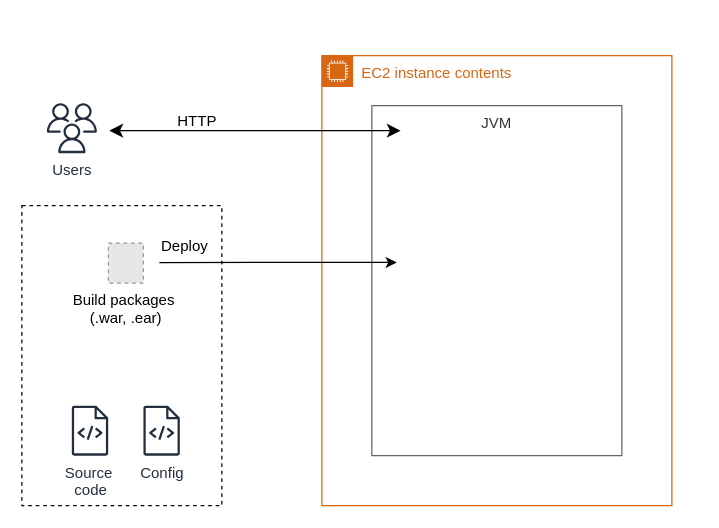
Above: page "Page-1" (1 of 2) of LightbendAkka.drawio in mariswa/lightbend (draw.io), before the change. Source tidied: cells renumbered, new cells numbered last; positions are measured from the earlier drawing's top-left corner, leaving out a move shared by most shapes. Both pictures are drawn from the tidied source at 125%, with x=0, y=0 at pixel (21, 55). Pictures stored in the file or linked from it are replaced by grey dashed boxes.
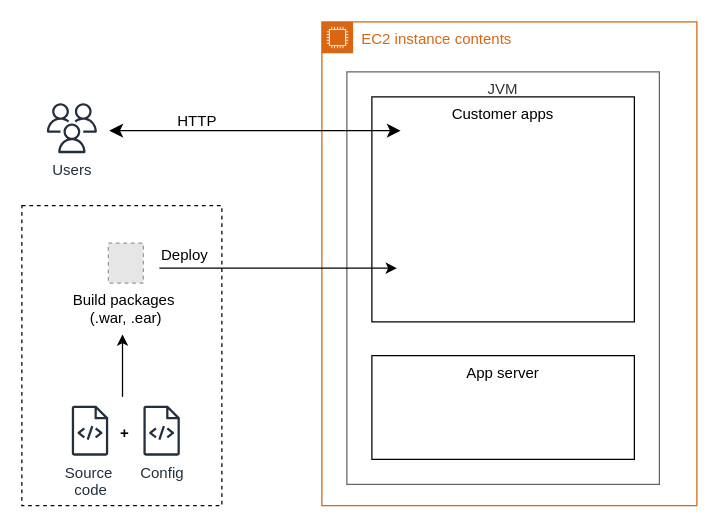
Above is the later version.

The edit, as a diff of the source:
```diff
@@
 <mxGraphModel>
   <root>
     <mxCell id="0" />
     <mxCell id="1" parent="0" />
     <mxCell id="2" value="Users" style="sketch=0;fontColor=#232F3E;gradientColor=none;fillColor=#232F3D;strokeColor=none;dashed=0;verticalLabelPosition=bottom;verticalAlign=top;align=center;html=1;fontSize=12;fontStyle=0;shape=mxgraph.aws4.users;" parent="1" vertex="1">
       <mxGeometry x="20" y="38" width="40" height="40" as="geometry" />
     </mxCell>
     <mxCell id="3" value="EC2 instance contents" style="gradientColor=none;html=1;whiteSpace=wrap;fontSize=12;fontStyle=0;shape=mxgraph.aws4.group;grIcon=mxgraph.aws4.group_ec2_instance_contents;strokeColor=#D86613;fillColor=none;verticalAlign=top;align=left;spacingLeft=30;fontColor=#D86613;dashed=0;" parent="1" vertex="1">
-      <mxGeometry x="240" width="280" height="360" as="geometry" />
+      <mxGeometry x="240" y="-27" width="300" height="387" as="geometry" />
     </mxCell>
     <mxCell id="4" value="JVM" style="rounded=0;whiteSpace=wrap;html=1;verticalAlign=top;fillColor=none;fontColor=#333333;strokeColor=#666666;" parent="3" vertex="1">
-      <mxGeometry x="40" y="40" width="200" height="280" as="geometry" />
+      <mxGeometry x="20" y="40" width="250" height="330" as="geometry" />
     </mxCell>
+    <mxCell id="13" value="Customer apps" style="rounded=0;whiteSpace=wrap;html=1;verticalAlign=top;" parent="3" vertex="1">
+      <mxGeometry x="40" y="60" width="210" height="180" as="geometry" />
+    </mxCell>
+    <mxCell id="14" value="App server" style="rounded=0;whiteSpace=wrap;html=1;verticalAlign=top;" parent="3" vertex="1">
+      <mxGeometry x="40" y="267" width="210" height="83" as="geometry" />
+    </mxCell>
+    <mxCell id="15" style="edgeStyle=none;orthogonalLoop=1;jettySize=auto;html=1;rounded=0;" parent="3" edge="1">
+      <mxGeometry relative="1" as="geometry">
+        <mxPoint x="-130" y="197" as="sourcePoint" />
+        <mxPoint x="60" y="197" as="targetPoint" />
+      </mxGeometry>
+    </mxCell>
     <mxCell id="5" style="rounded=0;whiteSpace=wrap;html=1;dashed=1;fillColor=none;" parent="1" vertex="1">
       <mxGeometry y="120" width="160" height="240" as="geometry" />
     </mxCell>
     <mxCell id="6" value="Config" style="sketch=0;fontColor=#232F3E;gradientColor=none;fillColor=#232F3D;strokeColor=none;dashed=0;verticalLabelPosition=bottom;verticalAlign=top;align=center;html=1;fontSize=12;fontStyle=0;shape=mxgraph.aws4.source_code;" parent="1" vertex="1">
       <mxGeometry x="97.2" y="280" width="29.2" height="40" as="geometry" />
     </mxCell>
     <mxCell id="7" value="Source&amp;nbsp;&lt;div&gt;code&lt;/div&gt;" style="sketch=0;fontColor=#232F3E;gradientColor=none;fillColor=#232F3D;strokeColor=none;dashed=0;verticalLabelPosition=bottom;verticalAlign=top;align=center;html=1;fontSize=12;fontStyle=0;shape=mxgraph.aws4.source_code;" parent="1" vertex="1">
       <mxGeometry x="39.9" y="280" width="29.2" height="40" as="geometry" />
     </mxCell>
     <mxCell id="8" value="Build packages&amp;nbsp;&lt;div&gt;(.war, .ear)&lt;/div&gt;" style="fillColor=#E6E6E6;strokeColor=#999999;dashed=1;html=1;verticalLabelPosition=bottom;labelBackgroundColor=#ffffff;verticalAlign=top;" parent="1" vertex="1">
       <mxGeometry x="69.2" y="150" width="28" height="32" as="geometry" />
     </mxCell>
-    <mxCell id="9" style="edgeStyle=none;jettySize=auto;html=1;rounded=0;entryX=0.1;entryY=0.448;entryDx=0;entryDy=0;entryPerimeter=0;" parent="1" edge="1" target="4">
-      <mxGeometry relative="1" as="geometry">
-        <mxPoint x="110" y="165.5" as="sourcePoint" />
-      </mxGeometry>
-    </mxCell>
     <mxCell id="10" style="edgeStyle=none;orthogonalLoop=1;jettySize=auto;html=1;endArrow=classic;startArrow=classic;endSize=8;startSize=8;rounded=0;" parent="1" edge="1">
       <mxGeometry relative="1" as="geometry">
         <mxPoint x="70" y="60" as="sourcePoint" />
         <mxPoint x="303" y="60" as="targetPoint" />
       </mxGeometry>
     </mxCell>
     <mxCell id="11" value="HTTP" style="text;html=1;align=center;verticalAlign=middle;strokeColor=none;fillColor=none;" parent="1" vertex="1">
       <mxGeometry x="115" y="38" width="50" height="30" as="geometry" />
     </mxCell>
     <mxCell id="12" value="Deploy" style="text;html=1;align=center;verticalAlign=middle;strokeColor=none;fillColor=none;" parent="1" vertex="1">
-      <mxGeometry x="100" y="138" width="60" height="30" as="geometry" />
+      <mxGeometry x="100.2" y="145" width="60" height="30" as="geometry" />
     </mxCell>
+    <mxCell id="16" value="+" style="text;html=1;align=center;verticalAlign=middle;strokeColor=none;fillColor=none;fontStyle=1;" parent="1" vertex="1">
+      <mxGeometry x="67.2" y="287" width="30" height="30" as="geometry" />
+    </mxCell>
+    <mxCell id="17" style="edgeStyle=none;orthogonalLoop=1;jettySize=auto;html=1;rounded=0;" parent="1" edge="1">
+      <mxGeometry relative="1" as="geometry">
+        <mxPoint x="80.5" y="273" as="sourcePoint" />
+        <mxPoint x="80.5" y="223" as="targetPoint" />
+      </mxGeometry>
+    </mxCell>
   </root>
 </mxGraphModel>
```
